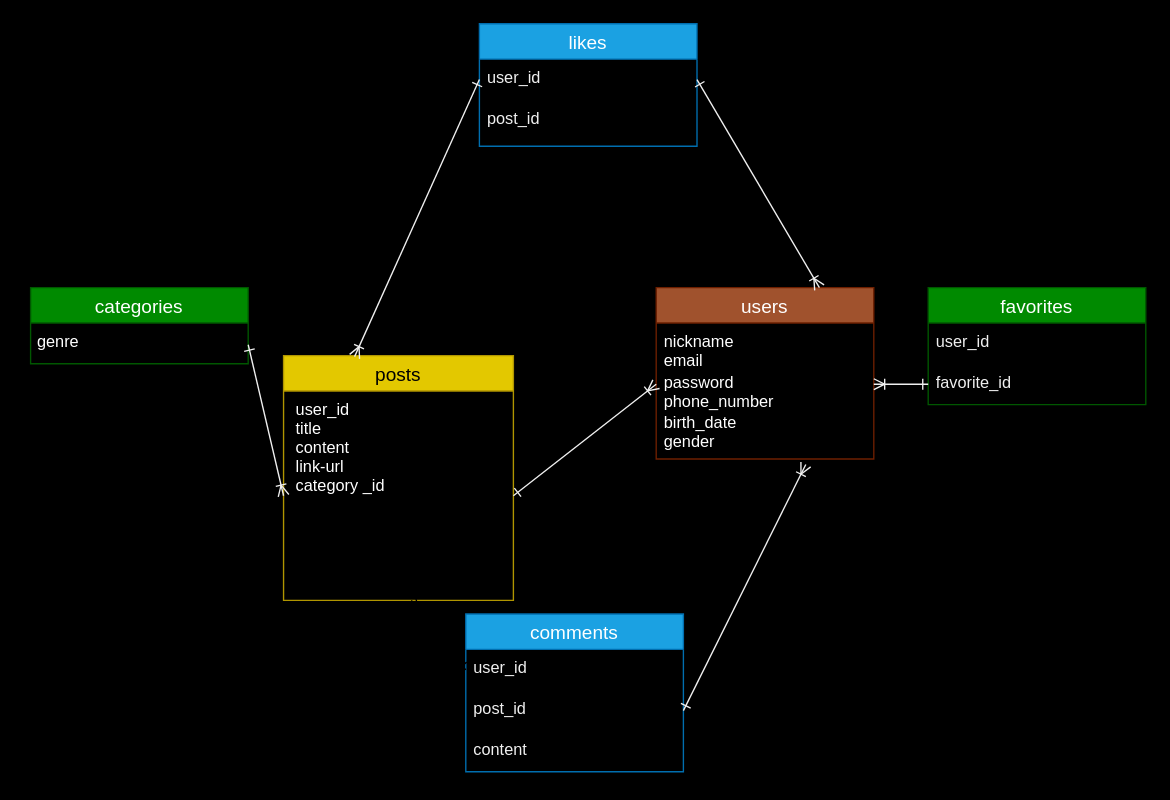
k-en7188i/original-app1 keeps this draw.io diagram as ER.dio. Above is the earlier version. Source tidied: cells renumbered, new cells numbered last; positions are measured from the earlier drawing's top-left corner, leaving out a move shared by most shapes. Both pictures are drawn from the tidied source at 136%, with x=0, y=0 at pixel (23, 23).
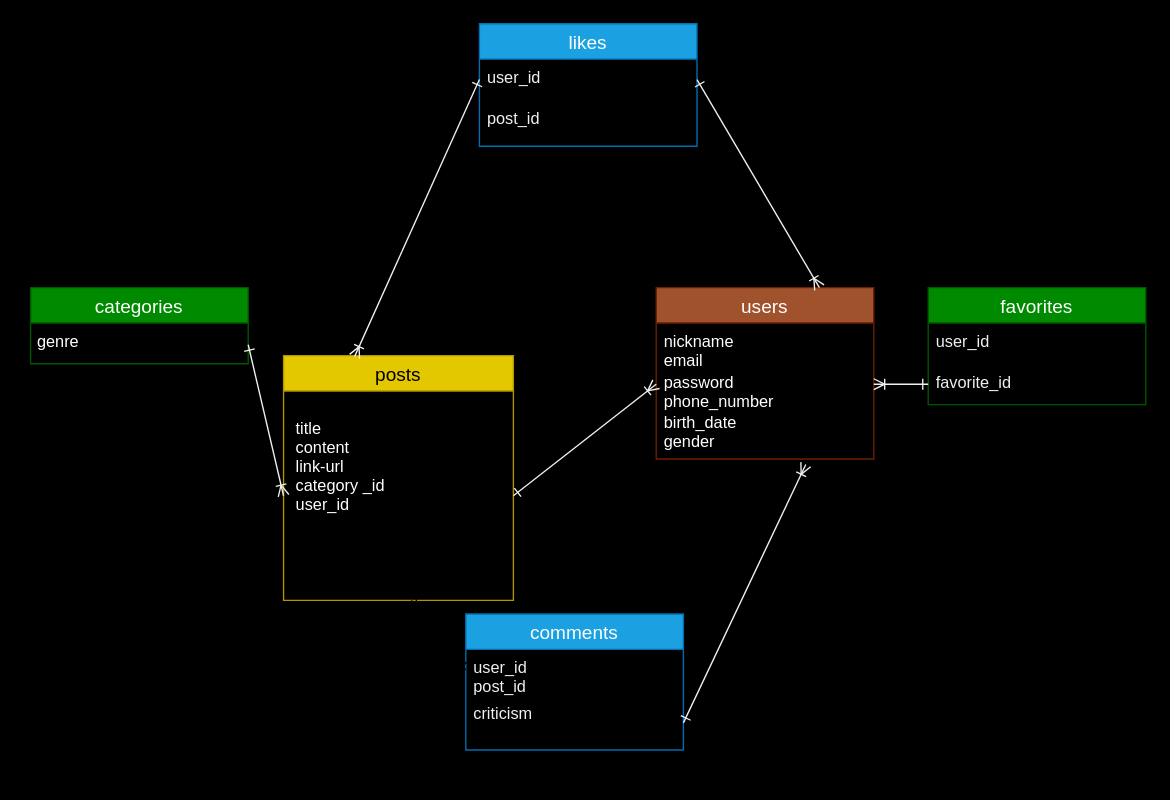
The same page after the edit.

The change refers to these unchanged cells:
```xml
<mxCell id="2" value="posts" style="swimlane;fontStyle=0;horizontal=1;startSize=26;align=center;fontSize=14;fillColor=#e3c800;fontColor=#000000;strokeColor=#B09500;" parent="1" vertex="1">
  <mxGeometry x="191" y="244" width="169" height="180" as="geometry" />
</mxCell>
```

The edit, as a diff of the source:
```diff
@@
-    <mxCell id="3" value=" user_id&#10; title &#10; content&#10; link-url&#10; category _id&#10;  " style="text;strokeColor=none;fillColor=none;spacingLeft=4;spacingRight=4;overflow=hidden;points=[[0,0.5],[1,0.5]];portConstraint=eastwest;fontSize=12;fontColor=#FFFFFF;" parent="2" vertex="1">
+    <mxCell id="3" value=" &#10; title &#10; content&#10; link-url&#10; category _id&#10; user_id" style="text;strokeColor=none;fillColor=none;spacingLeft=4;spacingRight=4;overflow=hidden;points=[[0,0.5],[1,0.5]];portConstraint=eastwest;fontSize=12;fontColor=#FFFFFF;" parent="2" vertex="1">
       <mxGeometry y="26" width="169" height="154" as="geometry" />
     </mxCell>
     <mxCell id="4" value="comments" style="swimlane;fontStyle=0;horizontal=1;startSize=26;align=center;fontSize=14;fillColor=#1ba1e2;fontColor=#ffffff;strokeColor=#006EAF;" parent="1" vertex="1">
-      <mxGeometry x="325" y="434" width="160" height="116" as="geometry" />
+      <mxGeometry x="325" y="434" width="160" height="100" as="geometry" />
     </mxCell>
-    <mxCell id="5" value="user_id" style="text;strokeColor=none;fillColor=none;spacingLeft=4;spacingRight=4;overflow=hidden;fontSize=12;fontColor=#F0F0F0;" parent="4" vertex="1">
-      <mxGeometry y="26" width="160" height="30" as="geometry" />
+    <mxCell id="5" value="user_id&#10;post_id&#10;" style="text;strokeColor=none;fillColor=none;spacingLeft=4;spacingRight=4;overflow=hidden;fontSize=12;fontColor=#F0F0F0;" parent="4" vertex="1">
+      <mxGeometry y="26" width="160" height="34" as="geometry" />
     </mxCell>
-    <mxCell id="6" value="post_id" style="text;strokeColor=none;fillColor=none;spacingLeft=4;spacingRight=4;overflow=hidden;points=[[0,0.5],[1,0.5]];portConstraint=eastwest;fontSize=12;fontColor=#F0F0F0;" parent="4" vertex="1">
-      <mxGeometry y="56" width="160" height="30" as="geometry" />
+    <mxCell id="6" value="criticism&#10;&#10;" style="text;strokeColor=none;fillColor=none;spacingLeft=4;spacingRight=4;overflow=hidden;points=[[0,0.5],[1,0.5]];portConstraint=eastwest;fontSize=12;fontColor=#F0F0F0;" parent="4" vertex="1">
+      <mxGeometry y="60" width="160" height="40" as="geometry" />
     </mxCell>
-    <mxCell id="7" value="content" style="text;strokeColor=none;fillColor=none;spacingLeft=4;spacingRight=4;overflow=hidden;fontSize=12;fontColor=#F0F0F0;" parent="4" vertex="1">
-      <mxGeometry y="86" width="160" height="30" as="geometry" />
-    </mxCell>
```
